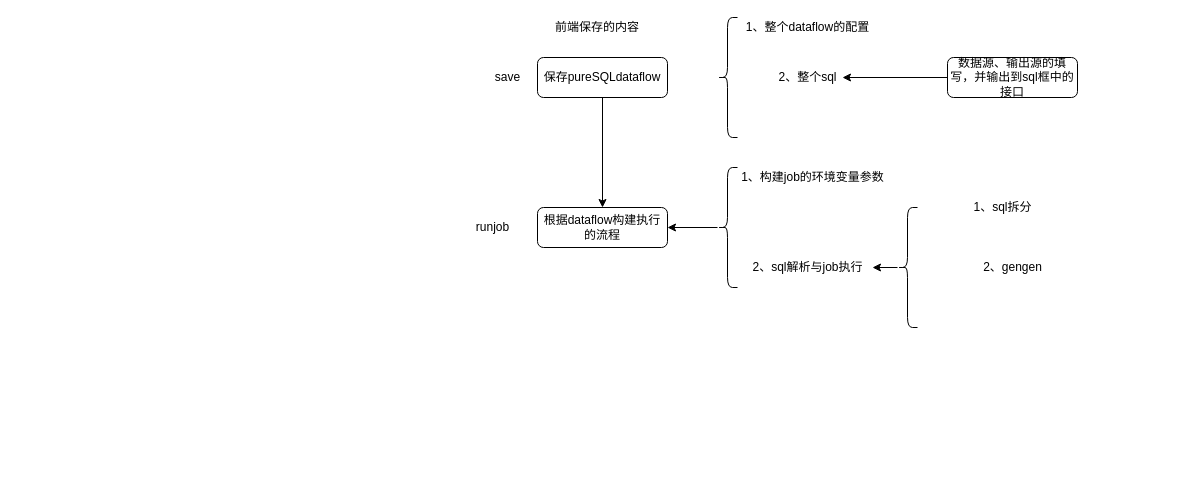
This is dataflow/pure sql.drawio from david-gao1/diagrams, a draw.io file, before an edit. Source tidied: cells renumbered, new cells numbered last; positions are measured from the earlier drawing's top-left corner, leaving out a move shared by most shapes. Both pictures are drawn from the tidied source at 100%, with x=0, y=0 at pixel (467, 17).
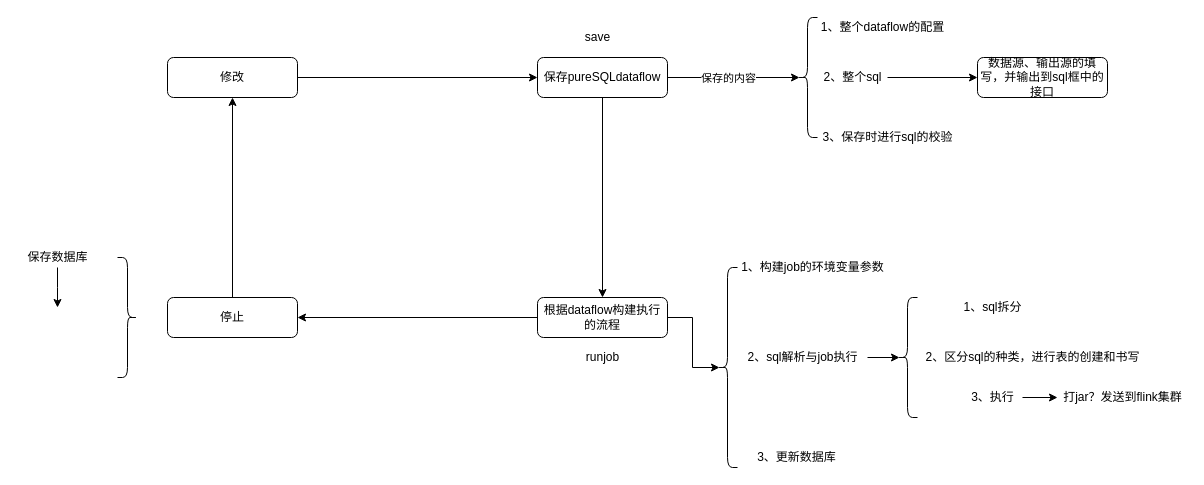
The same page after the edit.

The change refers to these unchanged cells:
```xml
<mxCell id="3" value="保存pureSQLdataflow" style="rounded=1;whiteSpace=wrap;html=1;" parent="1" vertex="1">
  <mxGeometry x="70" y="40" width="130" height="40" as="geometry" />
</mxCell>
```

What changed in the source:
```diff
@@
+    <mxCell id="21" style="edgeStyle=orthogonalEdgeStyle;rounded=0;jettySize=auto;html=1;entryX=0.1;entryY=0.5;entryDx=0;entryDy=0;entryPerimeter=0;" parent="1" edge="1" source="3" target="6">
+      <mxGeometry relative="1" as="geometry" />
+    </mxCell>
+    <mxCell id="22" value="保存的内容" style="edgeLabel;html=1;align=center;verticalAlign=middle;" parent="21" vertex="1">
+      <mxGeometry x="-0.31" y="1" relative="1" as="geometry">
+        <mxPoint x="14" y="1" as="offset" />
+      </mxGeometry>
+    </mxCell>
@@
-    <mxCell id="4" value="前端保存的内容" style="text;html=1;strokeColor=none;fillColor=none;align=center;verticalAlign=middle;whiteSpace=wrap;rounded=0;" parent="1" vertex="1">
-      <mxGeometry x="60" width="140" height="20" as="geometry" />
-    </mxCell>
+    <mxCell id="23" style="edgeStyle=orthogonalEdgeStyle;rounded=0;jettySize=auto;html=1;entryX=0.1;entryY=0.5;entryDx=0;entryDy=0;entryPerimeter=0;" parent="1" edge="1" source="5" target="14">
+      <mxGeometry relative="1" as="geometry" />
+    </mxCell>
+    <mxCell id="24" style="edgeStyle=orthogonalEdgeStyle;rounded=0;jettySize=auto;html=1;" parent="1" edge="1" source="5" target="33">
+      <mxGeometry relative="1" as="geometry" />
+    </mxCell>
     <mxCell id="5" value="根据dataflow构建执行的流程" style="rounded=1;whiteSpace=wrap;html=1;" parent="1" vertex="1">
-      <mxGeometry x="70" y="190" width="130" height="40" as="geometry" />
+      <mxGeometry x="70" y="280" width="130" height="40" as="geometry" />
     </mxCell>
     <mxCell id="6" style="shape=curlyBracket;whiteSpace=wrap;html=1;rounded=1;" parent="1" vertex="1">
-      <mxGeometry x="250" width="20" height="120" as="geometry" />
+      <mxGeometry x="330" width="20" height="120" as="geometry" />
     </mxCell>
     <mxCell id="7" value="1、整个dataflow的配置" style="text;html=1;align=center;verticalAlign=middle;strokeColor=none;" parent="1" vertex="1">
-      <mxGeometry x="270" width="140" height="20" as="geometry" />
+      <mxGeometry x="345" width="140" height="20" as="geometry" />
     </mxCell>
+    <mxCell id="25" style="edgeStyle=orthogonalEdgeStyle;rounded=0;jettySize=auto;html=1;" parent="1" edge="1" source="8" target="10">
+      <mxGeometry relative="1" as="geometry" />
+    </mxCell>
     <mxCell id="8" value="2、整个sql" style="text;html=1;align=center;verticalAlign=middle;points=[];strokeColor=none;" parent="1" vertex="1">
-      <mxGeometry x="305" y="50" width="70" height="20" as="geometry" />
+      <mxGeometry x="350" y="50" width="70" height="20" as="geometry" />
     </mxCell>
-    <mxCell id="9" style="edgeStyle=orthogonalEdgeStyle;rounded=0;jettySize=auto;html=1;" parent="1" edge="1" source="10" target="8">
-      <mxGeometry relative="1" as="geometry" />
-    </mxCell>
     <mxCell id="10" value="数据源、输出源的填写，并输出到sql框中的接口" style="rounded=1;whiteSpace=wrap;html=1;" parent="1" vertex="1">
-      <mxGeometry x="480" y="40" width="130" height="40" as="geometry" />
+      <mxGeometry x="510" y="40" width="130" height="40" as="geometry" />
     </mxCell>
     <mxCell id="11" value="save" style="text;html=1;align=center;verticalAlign=middle;strokeColor=none;" parent="1" vertex="1">
-      <mxGeometry x="20" y="50" width="40" height="20" as="geometry" />
+      <mxGeometry x="110" y="10" width="40" height="20" as="geometry" />
     </mxCell>
     <mxCell id="12" value="runjob" style="text;html=1;align=center;verticalAlign=middle;strokeColor=none;" parent="1" vertex="1">
-      <mxGeometry y="200" width="50" height="20" as="geometry" />
+      <mxGeometry x="110" y="330" width="50" height="20" as="geometry" />
     </mxCell>
-    <mxCell id="13" style="edgeStyle=orthogonalEdgeStyle;rounded=0;jettySize=auto;html=1;" parent="1" edge="1" source="14" target="5">
-      <mxGeometry relative="1" as="geometry" />
-    </mxCell>
     <mxCell id="14" style="shape=curlyBracket;whiteSpace=wrap;html=1;rounded=1;" parent="1" vertex="1">
-      <mxGeometry x="250" y="150" width="20" height="120" as="geometry" />
+      <mxGeometry x="250" y="250" width="20" height="200" as="geometry" />
     </mxCell>
+    <mxCell id="26" style="edgeStyle=orthogonalEdgeStyle;rounded=0;jettySize=auto;html=1;entryX=0.1;entryY=0.5;entryDx=0;entryDy=0;entryPerimeter=0;" parent="1" edge="1" source="15" target="17">
+      <mxGeometry relative="1" as="geometry" />
+    </mxCell>
     <mxCell id="15" value="2、sql解析与job执行" style="text;html=1;align=center;verticalAlign=middle;points=[];strokeColor=none;" parent="1" vertex="1">
-      <mxGeometry x="275" y="240" width="130" height="20" as="geometry" />
+      <mxGeometry x="270" y="330" width="130" height="20" as="geometry" />
     </mxCell>
-    <mxCell id="16" style="edgeStyle=orthogonalEdgeStyle;rounded=0;jettySize=auto;html=1;" parent="1" edge="1" source="17" target="15">
-      <mxGeometry relative="1" as="geometry" />
-    </mxCell>
     <mxCell id="17" style="shape=curlyBracket;whiteSpace=wrap;html=1;rounded=1;size=0.5;" parent="1" vertex="1">
-      <mxGeometry x="430" y="190" width="20" height="120" as="geometry" />
+      <mxGeometry x="430" y="280" width="20" height="120" as="geometry" />
     </mxCell>
     <mxCell id="18" value="1、构建job的环境变量参数" style="text;html=1;align=center;verticalAlign=middle;strokeColor=none;" parent="1" vertex="1">
-      <mxGeometry x="265" y="150" width="160" height="20" as="geometry" />
+      <mxGeometry x="265" y="240" width="160" height="20" as="geometry" />
     </mxCell>
     <mxCell id="19" value="1、sql拆分" style="text;html=1;align=center;verticalAlign=middle;strokeColor=none;" parent="1" vertex="1">
-      <mxGeometry x="500" y="180" width="70" height="20" as="geometry" />
+      <mxGeometry x="490" y="280" width="70" height="20" as="geometry" />
     </mxCell>
-    <mxCell id="20" value="2、gengen" style="text;html=1;align=center;verticalAlign=middle;strokeColor=none;" parent="1" vertex="1">
-      <mxGeometry x="510" y="240" width="70" height="20" as="geometry" />
+    <mxCell id="20" value="2、区分sql的种类，进行表的创建和书写" style="text;html=1;align=center;verticalAlign=middle;strokeColor=none;" parent="1" vertex="1">
+      <mxGeometry x="450" y="330" width="230" height="20" as="geometry" />
     </mxCell>
+    <mxCell id="27" style="edgeStyle=orthogonalEdgeStyle;rounded=0;jettySize=auto;html=1;" parent="1" edge="1" source="28" target="31">
+      <mxGeometry relative="1" as="geometry" />
+    </mxCell>
+    <mxCell id="28" value="3、执行" style="text;html=1;align=center;verticalAlign=middle;points=[];strokeColor=none;" parent="1" vertex="1">
+      <mxGeometry x="495" y="370" width="60" height="20" as="geometry" />
+    </mxCell>
+    <mxCell id="29" value="3、保存时进行sql的校验" style="text;html=1;align=center;verticalAlign=middle;strokeColor=none;" parent="1" vertex="1">
+      <mxGeometry x="345" y="110" width="150" height="20" as="geometry" />
+    </mxCell>
+    <mxCell id="30" value="3、更新数据库" style="text;html=1;align=center;verticalAlign=middle;strokeColor=none;" parent="1" vertex="1">
+      <mxGeometry x="284" y="430" width="90" height="20" as="geometry" />
+    </mxCell>
+    <mxCell id="31" value="打jar？发送到flink集群" style="text;html=1;align=center;verticalAlign=middle;points=[];strokeColor=none;" parent="1" vertex="1">
+      <mxGeometry x="590" y="370" width="130" height="20" as="geometry" />
+    </mxCell>
+    <mxCell id="32" style="edgeStyle=orthogonalEdgeStyle;rounded=0;jettySize=auto;html=1;" parent="1" edge="1" source="33" target="35">
+      <mxGeometry relative="1" as="geometry" />
+    </mxCell>
+    <mxCell id="33" value="停止" style="rounded=1;whiteSpace=wrap;html=1;" parent="1" vertex="1">
+      <mxGeometry x="-300" y="280" width="130" height="40" as="geometry" />
+    </mxCell>
+    <mxCell id="34" style="edgeStyle=orthogonalEdgeStyle;rounded=0;jettySize=auto;html=1;entryX=0;entryY=0.5;entryDx=0;entryDy=0;" parent="1" edge="1" source="35" target="3">
+      <mxGeometry relative="1" as="geometry">
+        <Array as="points">
+          <mxPoint x="-240" y="60" />
+        </Array>
+      </mxGeometry>
+    </mxCell>
+    <mxCell id="35" value="修改" style="rounded=1;whiteSpace=wrap;html=1;" parent="1" vertex="1">
+      <mxGeometry x="-300" y="40" width="130" height="40" as="geometry" />
+    </mxCell>
+    <mxCell id="36" style="shape=curlyBracket;whiteSpace=wrap;html=1;rounded=1;flipH=1;" parent="1" vertex="1">
+      <mxGeometry x="-350" y="240" width="20" height="120" as="geometry" />
+    </mxCell>
+    <mxCell id="37" style="edgeStyle=orthogonalEdgeStyle;rounded=0;jettySize=auto;html=1;" parent="1" edge="1" source="38">
+      <mxGeometry relative="1" as="geometry">
+        <mxPoint x="-410" y="290" as="targetPoint" />
+      </mxGeometry>
+    </mxCell>
+    <mxCell id="38" value="保存数据库" style="text;html=1;align=center;verticalAlign=middle;points=[];strokeColor=none;" parent="1" vertex="1">
+      <mxGeometry x="-450" y="230" width="80" height="20" as="geometry" />
+    </mxCell>
```
